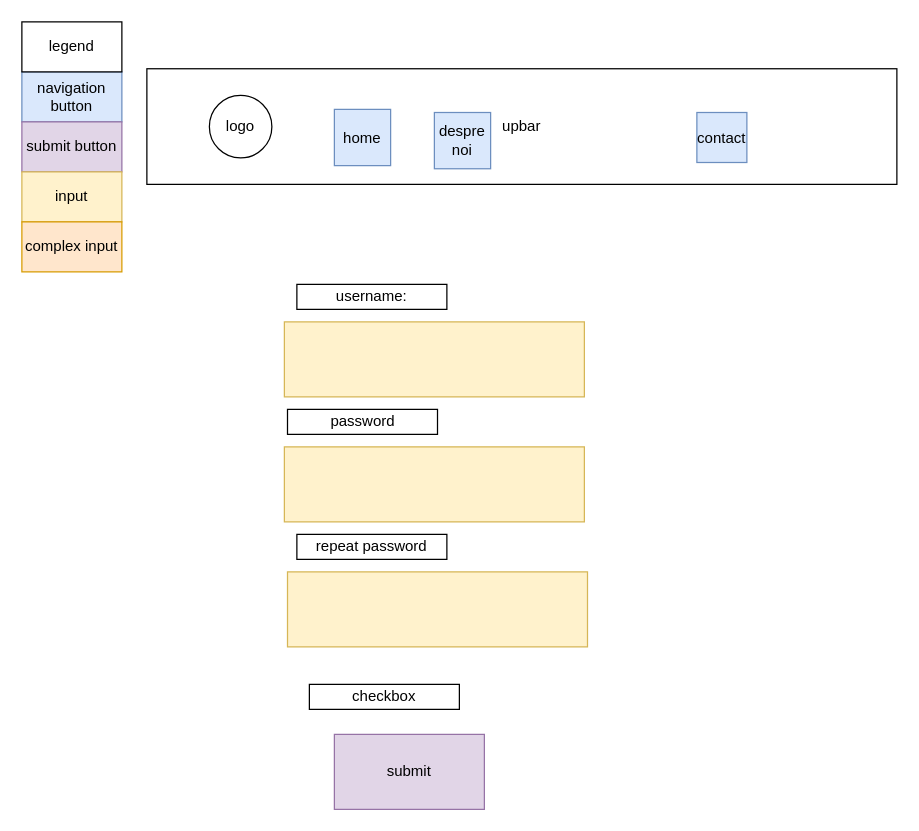
This is page "register.page" (2 of 8) of docs/design/design.drawio from Ioan-Alexandru96/wellness-app, a draw.io file, before an edit. Source tidied: cells renumbered, new cells numbered last; positions are measured from the earlier drawing's top-left corner, leaving out a move shared by most shapes. Both pictures are drawn from the tidied source at 125%, with x=0, y=0 at pixel (21, 21).
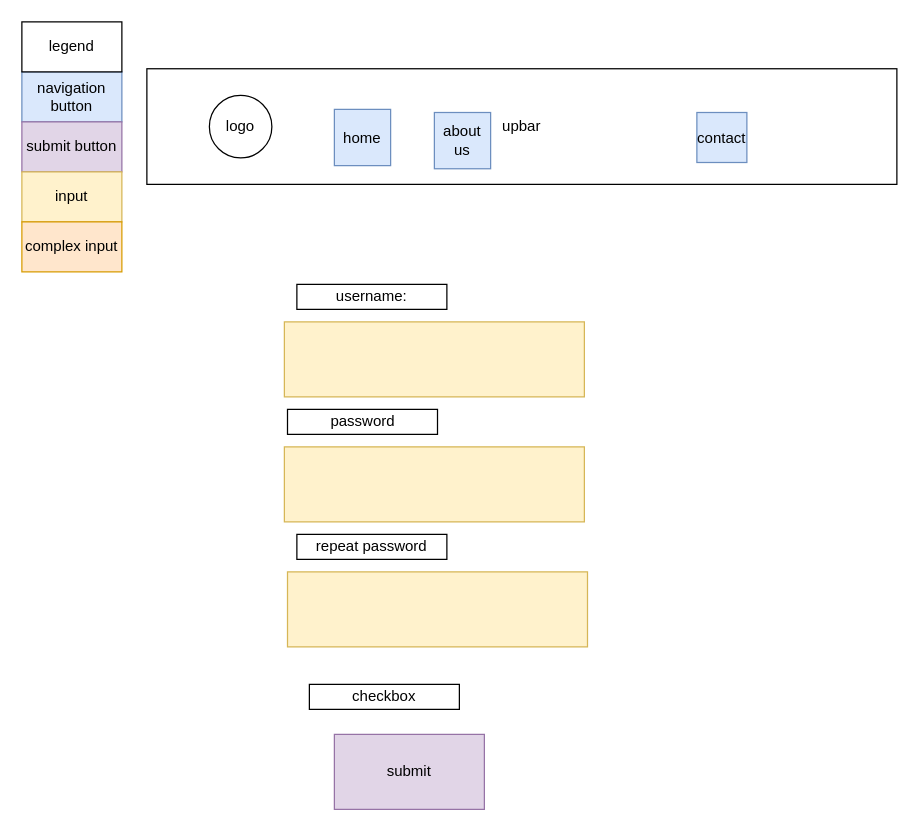
After the change.

The edit, as a diff of the source:
```diff
@@
 <mxGraphModel>
   <root>
     <mxCell id="0" />
     <mxCell id="1" parent="0" />
     <mxCell id="2" value="navigation button" style="rounded=0;whiteSpace=wrap;html=1;fillColor=#dae8fc;strokeColor=#6c8ebf;" parent="1" vertex="1">
       <mxGeometry y="40" width="80" height="40" as="geometry" />
     </mxCell>
     <mxCell id="3" value="submit button" style="rounded=0;whiteSpace=wrap;html=1;fillColor=#e1d5e7;strokeColor=#9673a6;" parent="1" vertex="1">
       <mxGeometry y="80" width="80" height="40" as="geometry" />
     </mxCell>
     <mxCell id="4" value="input" style="rounded=0;whiteSpace=wrap;html=1;fillColor=#fff2cc;strokeColor=#d6b656;" parent="1" vertex="1">
       <mxGeometry y="120" width="80" height="40" as="geometry" />
     </mxCell>
     <mxCell id="5" value="complex input" style="rounded=0;whiteSpace=wrap;html=1;fillColor=#ffe6cc;strokeColor=#d79b00;" parent="1" vertex="1">
       <mxGeometry y="160" width="80" height="40" as="geometry" />
     </mxCell>
     <mxCell id="6" value="legend" style="rounded=0;whiteSpace=wrap;html=1;" parent="1" vertex="1">
       <mxGeometry width="80" height="40" as="geometry" />
     </mxCell>
     <mxCell id="7" style="rounded=0;whiteSpace=wrap;html=1;fillColor=#fff2cc;strokeColor=#d6b656;" parent="1" vertex="1">
       <mxGeometry x="210" y="240" width="240" height="60" as="geometry" />
     </mxCell>
     <mxCell id="8" style="rounded=0;whiteSpace=wrap;html=1;fillColor=#fff2cc;strokeColor=#d6b656;" parent="1" vertex="1">
       <mxGeometry x="210" y="340" width="240" height="60" as="geometry" />
     </mxCell>
     <mxCell id="9" value="upbar" style="rounded=0;whiteSpace=wrap;html=1;" parent="1" vertex="1">
       <mxGeometry x="100" y="37.5" width="600" height="92.5" as="geometry" />
     </mxCell>
     <mxCell id="10" value="logo" style="ellipse;whiteSpace=wrap;html=1;" parent="1" vertex="1">
       <mxGeometry x="150" y="58.8" width="50" height="50" as="geometry" />
     </mxCell>
     <mxCell id="11" value="home" style="whiteSpace=wrap;html=1;fillColor=#dae8fc;strokeColor=#6c8ebf;" parent="1" vertex="1">
       <mxGeometry x="250" y="70" width="45" height="45" as="geometry" />
     </mxCell>
     <mxCell id="12" value="contact" style="whiteSpace=wrap;html=1;fillColor=#dae8fc;strokeColor=#6c8ebf;" parent="1" vertex="1">
       <mxGeometry x="540" y="72.5" width="40" height="40" as="geometry" />
     </mxCell>
-    <mxCell id="13" value="despre noi" style="whiteSpace=wrap;html=1;fillColor=#dae8fc;strokeColor=#6c8ebf;" parent="1" vertex="1">
+    <mxCell id="13" value="about us" style="whiteSpace=wrap;html=1;fillColor=#dae8fc;strokeColor=#6c8ebf;" parent="1" vertex="1">
       <mxGeometry x="330" y="72.5" width="45" height="45" as="geometry" />
     </mxCell>
     <mxCell id="14" value="password" style="rounded=0;whiteSpace=wrap;html=1;" parent="1" vertex="1">
       <mxGeometry x="212.5" y="310" width="120" height="20" as="geometry" />
     </mxCell>
     <mxCell id="15" value="submit" style="rounded=0;whiteSpace=wrap;html=1;fillColor=#e1d5e7;strokeColor=#9673a6;" parent="1" vertex="1">
       <mxGeometry x="250" y="570" width="120" height="60" as="geometry" />
     </mxCell>
     <mxCell id="16" style="rounded=0;whiteSpace=wrap;html=1;fillColor=#fff2cc;strokeColor=#d6b656;" parent="1" vertex="1">
       <mxGeometry x="212.5" y="440" width="240" height="60" as="geometry" />
     </mxCell>
     <mxCell id="17" value="repeat password" style="rounded=0;whiteSpace=wrap;html=1;" parent="1" vertex="1">
       <mxGeometry x="220" y="410" width="120" height="20" as="geometry" />
     </mxCell>
     <mxCell id="18" value="username:" style="rounded=0;whiteSpace=wrap;html=1;" parent="1" vertex="1">
       <mxGeometry x="220" y="210" width="120" height="20" as="geometry" />
     </mxCell>
     <mxCell id="19" value="checkbox" style="rounded=0;whiteSpace=wrap;html=1;" parent="1" vertex="1">
       <mxGeometry x="230" y="530" width="120" height="20" as="geometry" />
     </mxCell>
   </root>
 </mxGraphModel>
```
